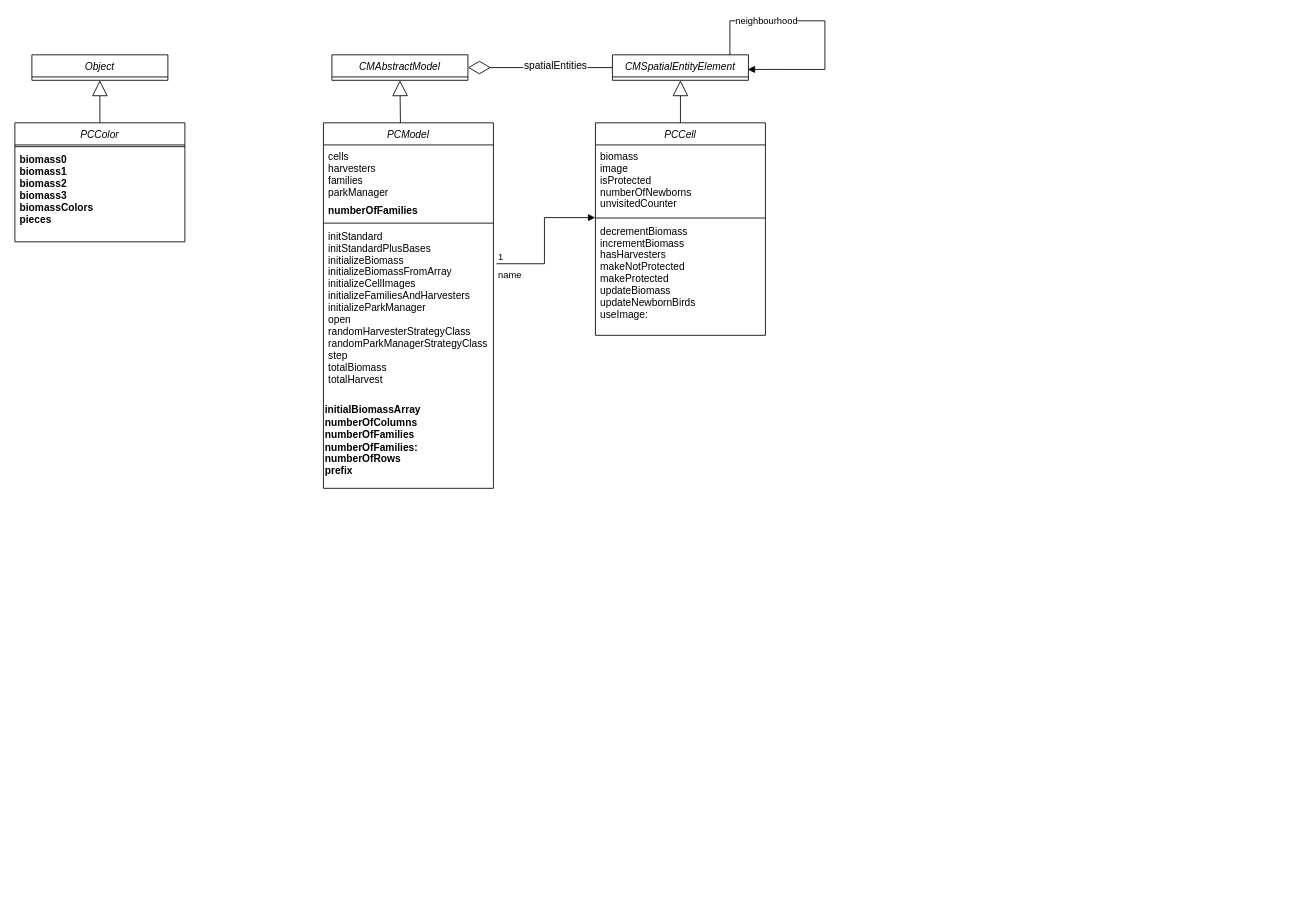
Above: Planet C.drawio in jodz4k/UML-diagrams (draw.io), before the change. Source tidied: cells renumbered, new cells numbered last; positions are measured from the earlier drawing's top-left corner, leaving out a move shared by most shapes. Both pictures are drawn from the tidied source at 85%, with x=0, y=0 at pixel (14, 20).
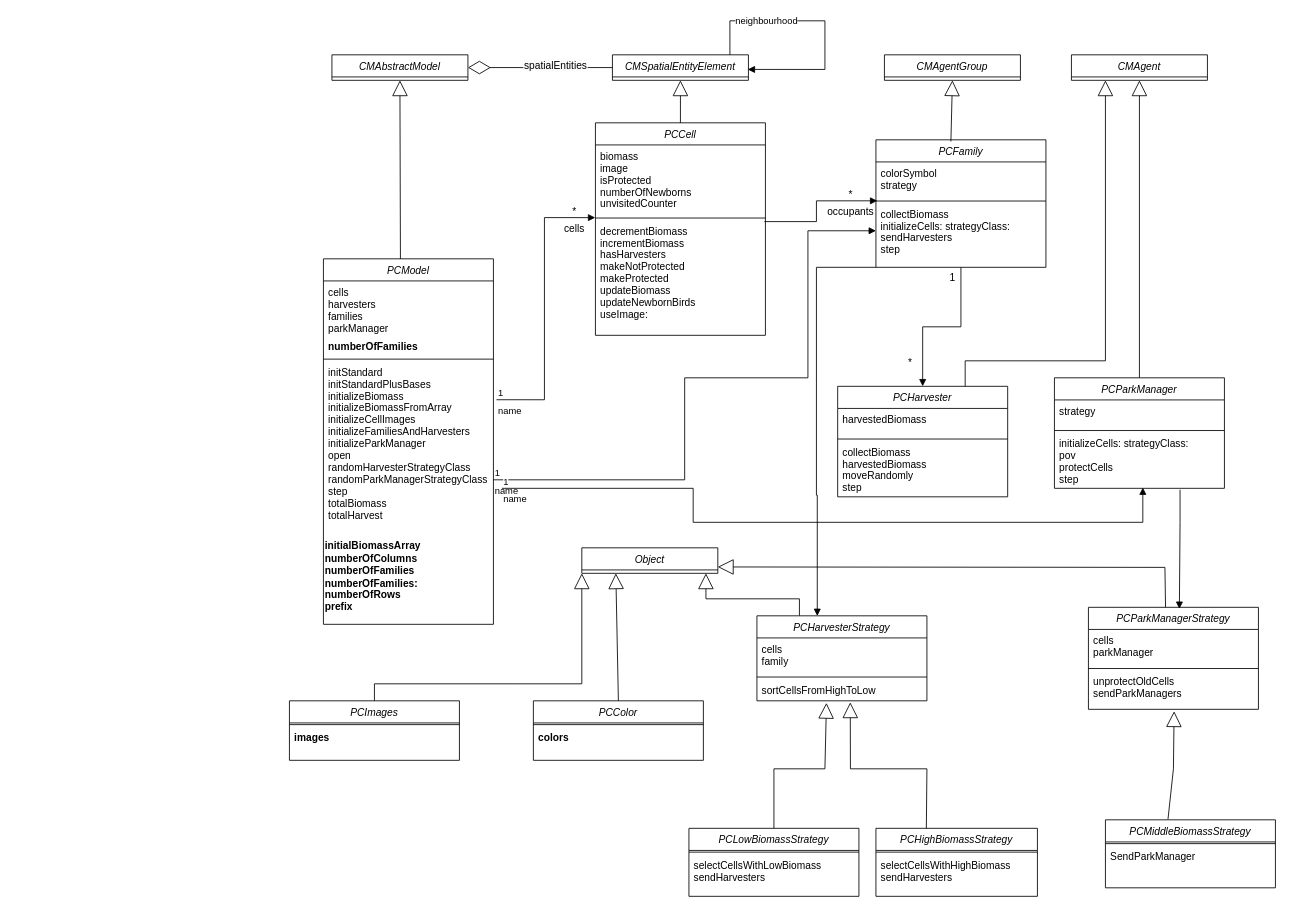
The same diagram, later.

Unchanged cells that the change refers to:
```xml
<mxCell id="18" value="decrementBiomass&#10;incrementBiomass&#10;hasHarvesters&#10;makeNotProtected&#10;makeProtected&#10;updateBiomass&#10;updateNewbornBirds&#10;useImage:" style="text;align=left;verticalAlign=top;spacingLeft=4;spacingRight=4;overflow=hidden;points=[[0,0.5],[1,0.5]];portConstraint=eastwest;" parent="15" vertex="1">
  <mxGeometry y="114" width="200" height="130" as="geometry" />
</mxCell>
```

Diff of the diagram source:
```diff
@@
     <mxCell id="2" value="PCModel" style="swimlane;fontStyle=2;align=center;verticalAlign=top;horizontal=1;startSize=26;rounded=0;shadow=0;strokeWidth=1;" parent="1" vertex="1">
-      <mxGeometry x="363" y="120" width="200" height="430" as="geometry" />
+      <mxGeometry x="363" y="280" width="200" height="430" as="geometry" />
     </mxCell>
@@
     <mxCell id="23" value="PCColor" style="swimlane;fontStyle=2;align=center;verticalAlign=top;horizontal=1;startSize=26;rounded=0;shadow=0;strokeWidth=1;" parent="1" vertex="1">
-      <mxGeometry y="120" width="200" height="140" as="geometry" />
+      <mxGeometry x="610" y="800" width="200" height="70" as="geometry" />
     </mxCell>
@@
-    <mxCell id="25" value="biomass0&#10;biomass1&#10;biomass2&#10;biomass3&#10;biomassColors&#10;pieces" style="text;align=left;verticalAlign=top;spacingLeft=4;spacingRight=4;overflow=hidden;points=[[0,0.5],[1,0.5]];portConstraint=eastwest;fontStyle=1;" parent="23" vertex="1">
-      <mxGeometry y="30" width="200" height="110" as="geometry" />
+    <mxCell id="25" value="colors" style="text;align=left;verticalAlign=top;spacingLeft=4;spacingRight=4;overflow=hidden;points=[[0,0.5],[1,0.5]];portConstraint=eastwest;fontStyle=1;" parent="23" vertex="1">
+      <mxGeometry y="30" width="200" height="40" as="geometry" />
     </mxCell>
@@
+    <mxCell id="28" style="endArrow=block;endSize=16;endFill=0;html=1;rounded=0;exitX=0.5;exitY=0;exitDx=0;exitDy=0;entryX=0.25;entryY=1;entryDx=0;entryDy=0;" parent="1" edge="1" source="23" target="27">
+      <mxGeometry relative="1" as="geometry" />
+    </mxCell>
+    <mxCell id="29" value="PCFamily" style="swimlane;fontStyle=2;align=center;verticalAlign=top;horizontal=1;startSize=26;rounded=0;shadow=0;strokeWidth=1;" parent="1" vertex="1">
+      <mxGeometry x="1013" y="140" width="200" height="150" as="geometry" />
+    </mxCell>
+    <mxCell id="30" value="colorSymbol&#10;strategy&#10;" style="text;align=left;verticalAlign=top;spacingLeft=4;spacingRight=4;overflow=hidden;" parent="29" vertex="1">
+      <mxGeometry y="26" width="200" height="44" as="geometry" />
+    </mxCell>
+    <mxCell id="31" style="line;html=1;strokeWidth=1;align=left;verticalAlign=middle;spacingTop=-1;spacingLeft=3;spacingRight=3;labelPosition=right;" parent="29" vertex="1">
+      <mxGeometry y="70" width="200" height="4" as="geometry" />
+    </mxCell>
+    <mxCell id="32" value="collectBiomass&#10;initializeCells: strategyClass:&#10;sendHarvesters&#10;step" style="text;align=left;verticalAlign=top;spacingLeft=4;spacingRight=4;overflow=hidden;points=[[0,0.5],[1,0.5]];portConstraint=eastwest;" parent="29" vertex="1">
+      <mxGeometry y="74" width="200" height="66" as="geometry" />
+    </mxCell>
+    <mxCell id="33" style="edgeStyle=orthogonalEdgeStyle;rounded=0;orthogonalLoop=1;jettySize=auto;html=1;exitX=1;exitY=0.5;exitDx=0;exitDy=0;" parent="29" edge="1" source="32" target="32">
+      <mxGeometry relative="1" as="geometry" />
+    </mxCell>
+    <mxCell id="34" value="PCHarvester" style="swimlane;fontStyle=2;align=center;verticalAlign=top;horizontal=1;startSize=26;rounded=0;shadow=0;strokeWidth=1;" parent="1" vertex="1">
+      <mxGeometry x="968" y="430" width="200" height="130" as="geometry" />
+    </mxCell>
+    <mxCell id="35" value="harvestedBiomass" style="text;align=left;verticalAlign=top;spacingLeft=4;spacingRight=4;overflow=hidden;" parent="34" vertex="1">
+      <mxGeometry y="26" width="200" height="34" as="geometry" />
+    </mxCell>
+    <mxCell id="36" style="line;html=1;strokeWidth=1;align=left;verticalAlign=middle;spacingTop=-1;spacingLeft=3;spacingRight=3;labelPosition=right;" parent="34" vertex="1">
+      <mxGeometry y="60" width="200" height="4" as="geometry" />
+    </mxCell>
+    <mxCell id="37" value="collectBiomass&#10;harvestedBiomass&#10;moveRandomly&#10;step" style="text;align=left;verticalAlign=top;spacingLeft=4;spacingRight=4;overflow=hidden;points=[[0,0.5],[1,0.5]];portConstraint=eastwest;" parent="34" vertex="1">
+      <mxGeometry y="64" width="200" height="66" as="geometry" />
+    </mxCell>
+    <mxCell id="38" style="edgeStyle=orthogonalEdgeStyle;rounded=0;orthogonalLoop=1;jettySize=auto;html=1;exitX=1;exitY=0.5;exitDx=0;exitDy=0;" parent="34" edge="1" source="37" target="37">
+      <mxGeometry relative="1" as="geometry" />
+    </mxCell>
+    <mxCell id="39" value="CMAgentGroup" style="swimlane;fontStyle=2;align=center;verticalAlign=top;horizontal=1;startSize=26;rounded=0;shadow=0;strokeWidth=1;" parent="1" vertex="1">
+      <mxGeometry x="1023" y="40" width="160" height="30" as="geometry" />
+    </mxCell>
+    <mxCell id="40" style="endArrow=block;endSize=16;endFill=0;html=1;rounded=0;exitX=0.441;exitY=0.013;exitDx=0;exitDy=0;entryX=0.5;entryY=1;entryDx=0;entryDy=0;exitPerimeter=0;" parent="1" edge="1" source="29" target="39">
+      <mxGeometry relative="1" as="geometry" />
+    </mxCell>
+    <mxCell id="41" value="CMAgent" style="swimlane;fontStyle=2;align=center;verticalAlign=top;horizontal=1;startSize=26;rounded=0;shadow=0;strokeWidth=1;" parent="1" vertex="1">
+      <mxGeometry x="1243" y="40" width="160" height="30" as="geometry" />
+    </mxCell>
+    <mxCell id="42" style="endArrow=block;endSize=16;endFill=0;html=1;rounded=0;exitX=0.75;exitY=0;exitDx=0;exitDy=0;entryX=0.25;entryY=1;entryDx=0;entryDy=0;" parent="1" edge="1" source="34" target="41">
+      <mxGeometry relative="1" as="geometry">
+        <Array as="points">
+          <mxPoint x="1118" y="400" />
+          <mxPoint x="1283" y="400" />
+        </Array>
+      </mxGeometry>
+    </mxCell>
     <mxCell id="27" value="Object" style="swimlane;fontStyle=2;align=center;verticalAlign=top;horizontal=1;startSize=26;rounded=0;shadow=0;strokeWidth=1;" parent="1" vertex="1">
-      <mxGeometry x="20" y="40" width="160" height="30" as="geometry" />
+      <mxGeometry x="667" y="620" width="160" height="30" as="geometry" />
     </mxCell>
-    <mxCell id="28" style="endArrow=block;endSize=16;endFill=0;html=1;rounded=0;exitX=0.5;exitY=0;exitDx=0;exitDy=0;" parent="1" edge="1" source="23" target="27">
-      <mxGeometry relative="1" as="geometry" />
-    </mxCell>
+    <mxCell id="43" style="endArrow=block;endSize=16;endFill=0;html=1;rounded=0;exitX=0.25;exitY=0;exitDx=0;exitDy=0;" parent="1" edge="1" source="44">
+      <mxGeometry relative="1" as="geometry">
+        <mxPoint x="813" y="650" as="targetPoint" />
+        <Array as="points">
+          <mxPoint x="923" y="680" />
+          <mxPoint x="813" y="680" />
+        </Array>
+      </mxGeometry>
+    </mxCell>
+    <mxCell id="44" value="PCHarvesterStrategy" style="swimlane;fontStyle=2;align=center;verticalAlign=top;horizontal=1;startSize=26;rounded=0;shadow=0;strokeWidth=1;" parent="1" vertex="1">
+      <mxGeometry x="873" y="700" width="200" height="100" as="geometry" />
+    </mxCell>
+    <mxCell id="45" value="cells&#10;family" style="text;align=left;verticalAlign=top;spacingLeft=4;spacingRight=4;overflow=hidden;" parent="44" vertex="1">
+      <mxGeometry y="26" width="200" height="44" as="geometry" />
+    </mxCell>
+    <mxCell id="46" style="line;html=1;strokeWidth=1;align=left;verticalAlign=middle;spacingTop=-1;spacingLeft=3;spacingRight=3;labelPosition=right;" parent="44" vertex="1">
+      <mxGeometry y="70" width="200" height="4" as="geometry" />
+    </mxCell>
+    <mxCell id="47" value="sortCellsFromHighToLow" style="text;align=left;verticalAlign=top;spacingLeft=4;spacingRight=4;overflow=hidden;points=[[0,0.5],[1,0.5]];portConstraint=eastwest;" parent="44" vertex="1">
+      <mxGeometry y="74" width="200" height="26" as="geometry" />
+    </mxCell>
+    <mxCell id="48" style="edgeStyle=orthogonalEdgeStyle;rounded=0;orthogonalLoop=1;jettySize=auto;html=1;exitX=1;exitY=0.5;exitDx=0;exitDy=0;" parent="44" edge="1" source="47" target="47">
+      <mxGeometry relative="1" as="geometry" />
+    </mxCell>
+    <mxCell id="49" style="endArrow=block;endSize=16;endFill=0;html=1;rounded=0;exitX=0.312;exitY=0.044;exitDx=0;exitDy=0;exitPerimeter=0;entryX=0.549;entryY=1.068;entryDx=0;entryDy=0;entryPerimeter=0;" parent="1" edge="1" source="55" target="47">
+      <mxGeometry relative="1" as="geometry">
+        <Array as="points">
+          <mxPoint x="1073" y="880" />
+          <mxPoint x="983" y="880" />
+        </Array>
+      </mxGeometry>
+    </mxCell>
+    <mxCell id="50" style="endArrow=block;endSize=16;endFill=0;html=1;rounded=0;entryX=0.409;entryY=1.093;entryDx=0;entryDy=0;entryPerimeter=0;exitX=0.5;exitY=0;exitDx=0;exitDy=0;" parent="1" edge="1" source="51" target="47">
+      <mxGeometry relative="1" as="geometry">
+        <Array as="points">
+          <mxPoint x="893" y="880" />
+          <mxPoint x="953" y="880" />
+        </Array>
+      </mxGeometry>
+    </mxCell>
+    <mxCell id="51" value="PCLowBiomassStrategy" style="swimlane;fontStyle=2;align=center;verticalAlign=top;horizontal=1;startSize=26;rounded=0;shadow=0;strokeWidth=1;" parent="1" vertex="1">
+      <mxGeometry x="793" y="950" width="200" height="80" as="geometry" />
+    </mxCell>
+    <mxCell id="52" style="line;html=1;strokeWidth=1;align=left;verticalAlign=middle;spacingTop=-1;spacingLeft=3;spacingRight=3;labelPosition=right;" parent="51" vertex="1">
+      <mxGeometry y="26" width="200" height="4" as="geometry" />
+    </mxCell>
+    <mxCell id="53" value="selectCellsWithLowBiomass&#10;sendHarvesters" style="text;align=left;verticalAlign=top;spacingLeft=4;spacingRight=4;overflow=hidden;points=[[0,0.5],[1,0.5]];portConstraint=eastwest;" parent="51" vertex="1">
+      <mxGeometry y="30" width="200" height="50" as="geometry" />
+    </mxCell>
+    <mxCell id="54" style="edgeStyle=orthogonalEdgeStyle;rounded=0;orthogonalLoop=1;jettySize=auto;html=1;exitX=1;exitY=0.5;exitDx=0;exitDy=0;" parent="51" edge="1" source="53" target="53">
+      <mxGeometry relative="1" as="geometry" />
+    </mxCell>
+    <mxCell id="55" value="PCHighBiomassStrategy" style="swimlane;fontStyle=2;align=center;verticalAlign=top;horizontal=1;startSize=26;rounded=0;shadow=0;strokeWidth=1;" parent="1" vertex="1">
+      <mxGeometry x="1013" y="950" width="190" height="80" as="geometry" />
+    </mxCell>
+    <mxCell id="56" style="line;html=1;strokeWidth=1;align=left;verticalAlign=middle;spacingTop=-1;spacingLeft=3;spacingRight=3;labelPosition=right;" parent="55" vertex="1">
+      <mxGeometry y="26" width="190" height="4" as="geometry" />
+    </mxCell>
+    <mxCell id="57" value="selectCellsWithHighBiomass&#10;sendHarvesters" style="text;align=left;verticalAlign=top;spacingLeft=4;spacingRight=4;overflow=hidden;points=[[0,0.5],[1,0.5]];portConstraint=eastwest;" parent="55" vertex="1">
+      <mxGeometry y="30" width="190" height="40" as="geometry" />
+    </mxCell>
+    <mxCell id="58" style="edgeStyle=orthogonalEdgeStyle;rounded=0;orthogonalLoop=1;jettySize=auto;html=1;exitX=1;exitY=0.5;exitDx=0;exitDy=0;" parent="55" edge="1" source="57" target="57">
+      <mxGeometry relative="1" as="geometry" />
+    </mxCell>
+    <mxCell id="59" value="PCImages" style="swimlane;fontStyle=2;align=center;verticalAlign=top;horizontal=1;startSize=26;rounded=0;shadow=0;strokeWidth=1;" parent="1" vertex="1">
+      <mxGeometry x="323" y="800" width="200" height="70" as="geometry" />
+    </mxCell>
+    <mxCell id="60" style="line;html=1;strokeWidth=1;align=left;verticalAlign=middle;spacingTop=-1;spacingLeft=3;spacingRight=3;labelPosition=right;" parent="59" vertex="1">
+      <mxGeometry y="26" width="200" height="4" as="geometry" />
+    </mxCell>
+    <mxCell id="61" style="edgeStyle=orthogonalEdgeStyle;rounded=0;orthogonalLoop=1;jettySize=auto;html=1;exitX=1;exitY=0.5;exitDx=0;exitDy=0;" parent="59" edge="1">
+      <mxGeometry relative="1" as="geometry">
+        <mxPoint x="200" y="85" as="sourcePoint" />
+        <mxPoint x="200" y="85" as="targetPoint" />
+      </mxGeometry>
+    </mxCell>
+    <mxCell id="62" value="images&#10;" style="text;align=left;verticalAlign=top;spacingLeft=4;spacingRight=4;overflow=hidden;fontStyle=1;" parent="59" vertex="1">
+      <mxGeometry y="30" width="200" height="30" as="geometry" />
+    </mxCell>
+    <mxCell id="63" value="PCParkManager" style="swimlane;fontStyle=2;align=center;verticalAlign=top;horizontal=1;startSize=26;rounded=0;shadow=0;strokeWidth=1;" parent="1" vertex="1">
+      <mxGeometry x="1223" y="420" width="200" height="130" as="geometry" />
+    </mxCell>
+    <mxCell id="64" value="strategy" style="text;align=left;verticalAlign=top;spacingLeft=4;spacingRight=4;overflow=hidden;" parent="63" vertex="1">
+      <mxGeometry y="26" width="200" height="34" as="geometry" />
+    </mxCell>
+    <mxCell id="65" style="line;html=1;strokeWidth=1;align=left;verticalAlign=middle;spacingTop=-1;spacingLeft=3;spacingRight=3;labelPosition=right;" parent="63" vertex="1">
+      <mxGeometry y="60" width="200" height="4" as="geometry" />
+    </mxCell>
+    <mxCell id="66" value="initializeCells: strategyClass:&#10;pov&#10;protectCells&#10;step" style="text;align=left;verticalAlign=top;spacingLeft=4;spacingRight=4;overflow=hidden;points=[[0,0.5],[1,0.5]];portConstraint=eastwest;" parent="63" vertex="1">
+      <mxGeometry y="64" width="200" height="66" as="geometry" />
+    </mxCell>
+    <mxCell id="67" style="edgeStyle=orthogonalEdgeStyle;rounded=0;orthogonalLoop=1;jettySize=auto;html=1;exitX=1;exitY=0.5;exitDx=0;exitDy=0;" parent="63" edge="1" source="66" target="66">
+      <mxGeometry relative="1" as="geometry" />
+    </mxCell>
+    <mxCell id="68" style="endArrow=block;endSize=16;endFill=0;html=1;rounded=0;exitX=0.5;exitY=0;exitDx=0;exitDy=0;entryX=0.5;entryY=1;entryDx=0;entryDy=0;" parent="1" edge="1" source="63" target="41">
+      <mxGeometry relative="1" as="geometry" />
+    </mxCell>
+    <mxCell id="69" style="endArrow=block;endSize=16;endFill=0;html=1;rounded=0;exitX=0.454;exitY=0.036;exitDx=0;exitDy=0;exitPerimeter=0;entryX=1;entryY=0.75;entryDx=0;entryDy=0;" parent="1" edge="1" source="70" target="27">
+      <mxGeometry relative="1" as="geometry">
+        <Array as="points">
+          <mxPoint x="1353" y="643" />
+        </Array>
+      </mxGeometry>
+    </mxCell>
+    <mxCell id="70" value="PCParkManagerStrategy" style="swimlane;fontStyle=2;align=center;verticalAlign=top;horizontal=1;startSize=26;rounded=0;shadow=0;strokeWidth=1;" parent="1" vertex="1">
+      <mxGeometry x="1263" y="690" width="200" height="120" as="geometry" />
+    </mxCell>
+    <mxCell id="71" value="cells&#10;parkManager" style="text;align=left;verticalAlign=top;spacingLeft=4;spacingRight=4;overflow=hidden;" parent="70" vertex="1">
+      <mxGeometry y="26" width="200" height="44" as="geometry" />
+    </mxCell>
+    <mxCell id="72" style="line;html=1;strokeWidth=1;align=left;verticalAlign=middle;spacingTop=-1;spacingLeft=3;spacingRight=3;labelPosition=right;" parent="70" vertex="1">
+      <mxGeometry y="70" width="200" height="4" as="geometry" />
+    </mxCell>
+    <mxCell id="73" value="unprotectOldCells&#10;sendParkManagers" style="text;align=left;verticalAlign=top;spacingLeft=4;spacingRight=4;overflow=hidden;points=[[0,0.5],[1,0.5]];portConstraint=eastwest;" parent="70" vertex="1">
+      <mxGeometry y="74" width="200" height="46" as="geometry" />
+    </mxCell>
+    <mxCell id="74" style="edgeStyle=orthogonalEdgeStyle;rounded=0;orthogonalLoop=1;jettySize=auto;html=1;exitX=1;exitY=0.5;exitDx=0;exitDy=0;" parent="70" edge="1" source="73" target="73">
+      <mxGeometry relative="1" as="geometry" />
+    </mxCell>
+    <mxCell id="75" style="endArrow=block;endSize=16;endFill=0;html=1;rounded=0;entryX=0.504;entryY=1.049;entryDx=0;entryDy=0;entryPerimeter=0;exitX=0.368;exitY=-0.009;exitDx=0;exitDy=0;exitPerimeter=0;" parent="1" edge="1" source="76" target="73">
+      <mxGeometry relative="1" as="geometry">
+        <Array as="points">
+          <mxPoint x="1363" y="880" />
+        </Array>
+      </mxGeometry>
+    </mxCell>
+    <mxCell id="76" value="PCMiddleBiomassStrategy" style="swimlane;fontStyle=2;align=center;verticalAlign=top;horizontal=1;startSize=26;rounded=0;shadow=0;strokeWidth=1;" parent="1" vertex="1">
+      <mxGeometry x="1283" y="940" width="200" height="80" as="geometry" />
+    </mxCell>
+    <mxCell id="77" style="line;html=1;strokeWidth=1;align=left;verticalAlign=middle;spacingTop=-1;spacingLeft=3;spacingRight=3;labelPosition=right;" parent="76" vertex="1">
+      <mxGeometry y="26" width="200" height="4" as="geometry" />
+    </mxCell>
+    <mxCell id="78" value="SendParkManager" style="text;align=left;verticalAlign=top;spacingLeft=4;spacingRight=4;overflow=hidden;points=[[0,0.5],[1,0.5]];portConstraint=eastwest;" parent="76" vertex="1">
+      <mxGeometry y="30" width="200" height="40" as="geometry" />
+    </mxCell>
+    <mxCell id="79" style="edgeStyle=orthogonalEdgeStyle;rounded=0;orthogonalLoop=1;jettySize=auto;html=1;exitX=1;exitY=0.5;exitDx=0;exitDy=0;" parent="76" edge="1" source="78" target="78">
+      <mxGeometry relative="1" as="geometry" />
+    </mxCell>
+    <mxCell id="80" style="endArrow=block;endSize=16;endFill=0;html=1;rounded=0;exitX=0.5;exitY=0;exitDx=0;exitDy=0;entryX=0;entryY=1;entryDx=0;entryDy=0;" parent="1" edge="1" source="59" target="27">
+      <mxGeometry relative="1" as="geometry">
+        <Array as="points">
+          <mxPoint x="423" y="780" />
+          <mxPoint x="593" y="780" />
+          <mxPoint x="667" y="780" />
+        </Array>
+      </mxGeometry>
+    </mxCell>
+    <mxCell id="81" value="cells" style="text;html=1;align=center;verticalAlign=middle;strokeColor=none;fillColor=none;" parent="1" vertex="1">
+      <mxGeometry x="633" y="230" width="50" height="30" as="geometry" />
+    </mxCell>
+    <mxCell id="82" value="*" style="text;html=1;align=center;verticalAlign=middle;strokeColor=none;fillColor=none;" parent="1" vertex="1">
+      <mxGeometry x="643" y="210" width="30" height="30" as="geometry" />
+    </mxCell>
+    <mxCell id="83" style="endArrow=block;endFill=1;html=1;edgeStyle=orthogonalEdgeStyle;align=left;verticalAlign=top;rounded=0;exitX=0.994;exitY=0.017;exitDx=0;exitDy=0;exitPerimeter=0;entryX=0.008;entryY=-0.034;entryDx=0;entryDy=0;entryPerimeter=0;" parent="1" edge="1" source="18" target="32">
+      <mxGeometry x="-1" relative="1" as="geometry">
+        <Array as="points">
+          <mxPoint x="943" y="236" />
+          <mxPoint x="943" y="212" />
+        </Array>
+      </mxGeometry>
+    </mxCell>
+    <mxCell id="84" value="*" style="text;html=1;align=center;verticalAlign=middle;strokeColor=none;fillColor=none;" parent="1" vertex="1">
+      <mxGeometry x="968" y="190" width="30" height="30" as="geometry" />
+    </mxCell>
+    <mxCell id="85" value="occupants" style="text;html=1;align=center;verticalAlign=middle;strokeColor=none;fillColor=none;" parent="1" vertex="1">
+      <mxGeometry x="943" y="210" width="80" height="30" as="geometry" />
+    </mxCell>
+    <mxCell id="86" value="name" style="endArrow=block;endFill=1;html=1;edgeStyle=orthogonalEdgeStyle;align=left;verticalAlign=top;rounded=0;entryX=0;entryY=0.5;entryDx=0;entryDy=0;" parent="1" edge="1" target="32">
+      <mxGeometry x="-1" relative="1" as="geometry">
+        <mxPoint x="563" y="540" as="sourcePoint" />
+        <Array as="points">
+          <mxPoint x="563" y="540" />
+          <mxPoint x="788" y="540" />
+          <mxPoint x="788" y="420" />
+          <mxPoint x="933" y="420" />
+          <mxPoint x="933" y="247" />
+        </Array>
+      </mxGeometry>
+    </mxCell>
+    <mxCell id="87" value="1" style="edgeLabel;html=1;align=left;verticalAlign=bottom;" parent="86" vertex="1">
+      <mxGeometry x="-1" relative="1" as="geometry" />
+    </mxCell>
+    <mxCell id="88" style="endArrow=block;endFill=1;html=1;edgeStyle=orthogonalEdgeStyle;align=left;verticalAlign=top;rounded=0;exitX=0.5;exitY=1;exitDx=0;exitDy=0;entryX=0.5;entryY=0;entryDx=0;entryDy=0;" parent="1" edge="1" source="29" target="34">
+      <mxGeometry x="-1" relative="1" as="geometry" />
+    </mxCell>
+    <mxCell id="89" value="*" style="text;html=1;align=center;verticalAlign=middle;strokeColor=none;fillColor=none;" parent="1" vertex="1">
+      <mxGeometry x="1038" y="388" width="30" height="30" as="geometry" />
+    </mxCell>
+    <mxCell id="90" value="1" style="text;html=1;align=center;verticalAlign=middle;strokeColor=none;fillColor=none;" parent="1" vertex="1">
+      <mxGeometry x="1088" y="288" width="30" height="30" as="geometry" />
+    </mxCell>
+    <mxCell id="91" value="name" style="endArrow=block;endFill=1;html=1;edgeStyle=orthogonalEdgeStyle;align=left;verticalAlign=top;rounded=0;entryX=0.52;entryY=0.986;entryDx=0;entryDy=0;entryPerimeter=0;" parent="1" edge="1" target="66">
+      <mxGeometry x="-1" relative="1" as="geometry">
+        <mxPoint x="573" y="550" as="sourcePoint" />
+        <Array as="points">
+          <mxPoint x="798" y="550" />
+          <mxPoint x="798" y="590" />
+          <mxPoint x="1327" y="590" />
+        </Array>
+      </mxGeometry>
+    </mxCell>
+    <mxCell id="92" value="1" style="edgeLabel;html=1;align=left;verticalAlign=bottom;" parent="91" vertex="1">
+      <mxGeometry x="-1" relative="1" as="geometry" />
+    </mxCell>
+    <mxCell id="93" style="endArrow=block;endFill=1;html=1;edgeStyle=orthogonalEdgeStyle;align=left;verticalAlign=top;rounded=0;exitX=0.739;exitY=1.025;exitDx=0;exitDy=0;exitPerimeter=0;entryX=0.535;entryY=0.015;entryDx=0;entryDy=0;entryPerimeter=0;" parent="1" edge="1" source="66" target="70">
+      <mxGeometry x="-1" relative="1" as="geometry">
+        <Array as="points">
+          <mxPoint x="1371" y="590" />
+          <mxPoint x="1370" y="590" />
+        </Array>
+      </mxGeometry>
+    </mxCell>
+    <mxCell id="94" style="endArrow=block;endFill=1;html=1;edgeStyle=orthogonalEdgeStyle;align=left;verticalAlign=top;rounded=0;entryX=0.355;entryY=0.002;entryDx=0;entryDy=0;entryPerimeter=0;exitX=0;exitY=1;exitDx=0;exitDy=0;" parent="1" edge="1" source="29" target="44">
+      <mxGeometry x="-1" relative="1" as="geometry">
+        <Array as="points">
+          <mxPoint x="943" y="290" />
+          <mxPoint x="943" y="558" />
+          <mxPoint x="944" y="558" />
+        </Array>
+      </mxGeometry>
+    </mxCell>
```
